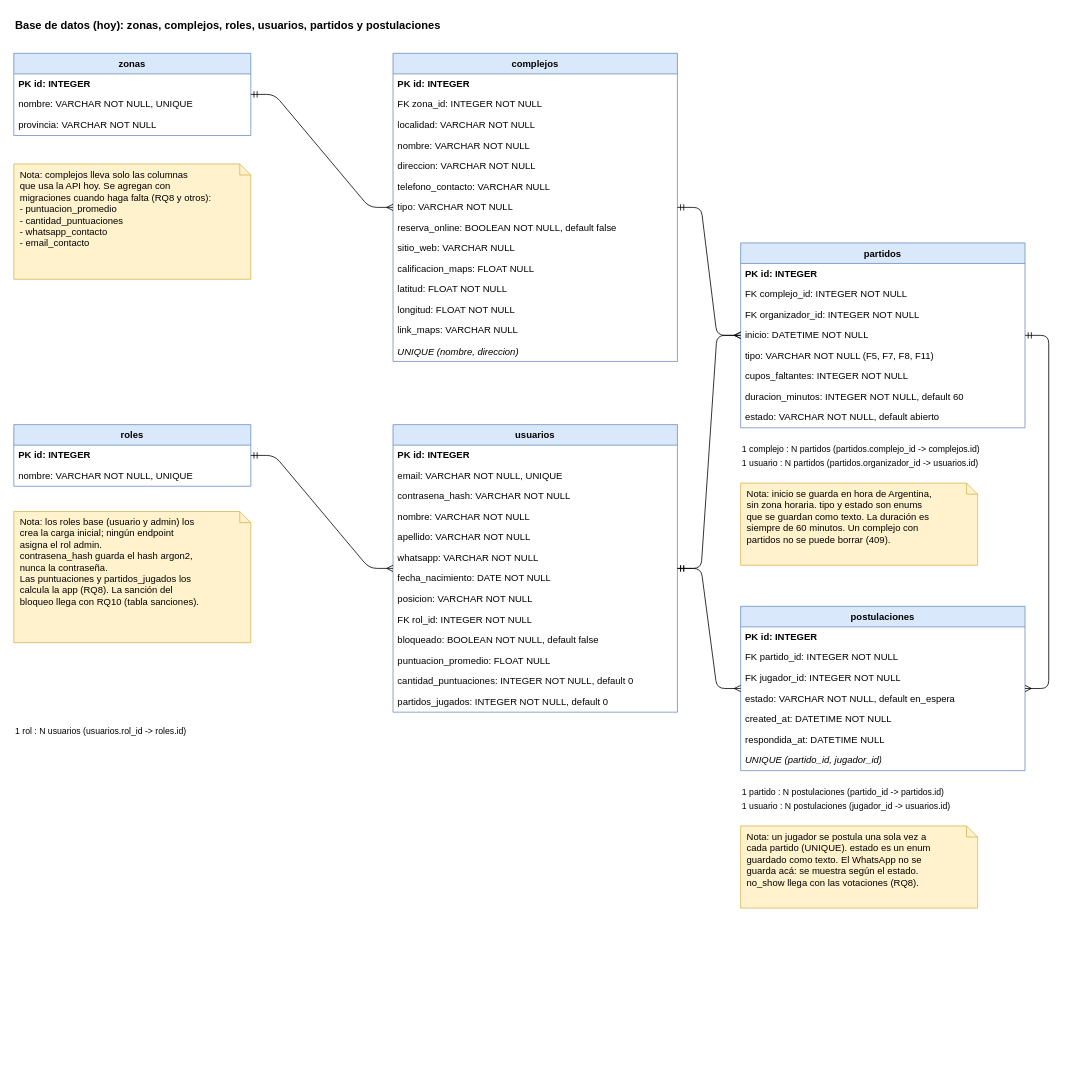
Earlier version of the draw.io diagram docs/diagramas/base-de-datos.drawio (nvranco/fulvo). Source tidied: cells renumbered, new cells numbered last; positions are measured from the earlier drawing's top-left corner, leaving out a move shared by most shapes. Both pictures are drawn from the tidied source at 79%, with x=0, y=0 at pixel (13, 13).
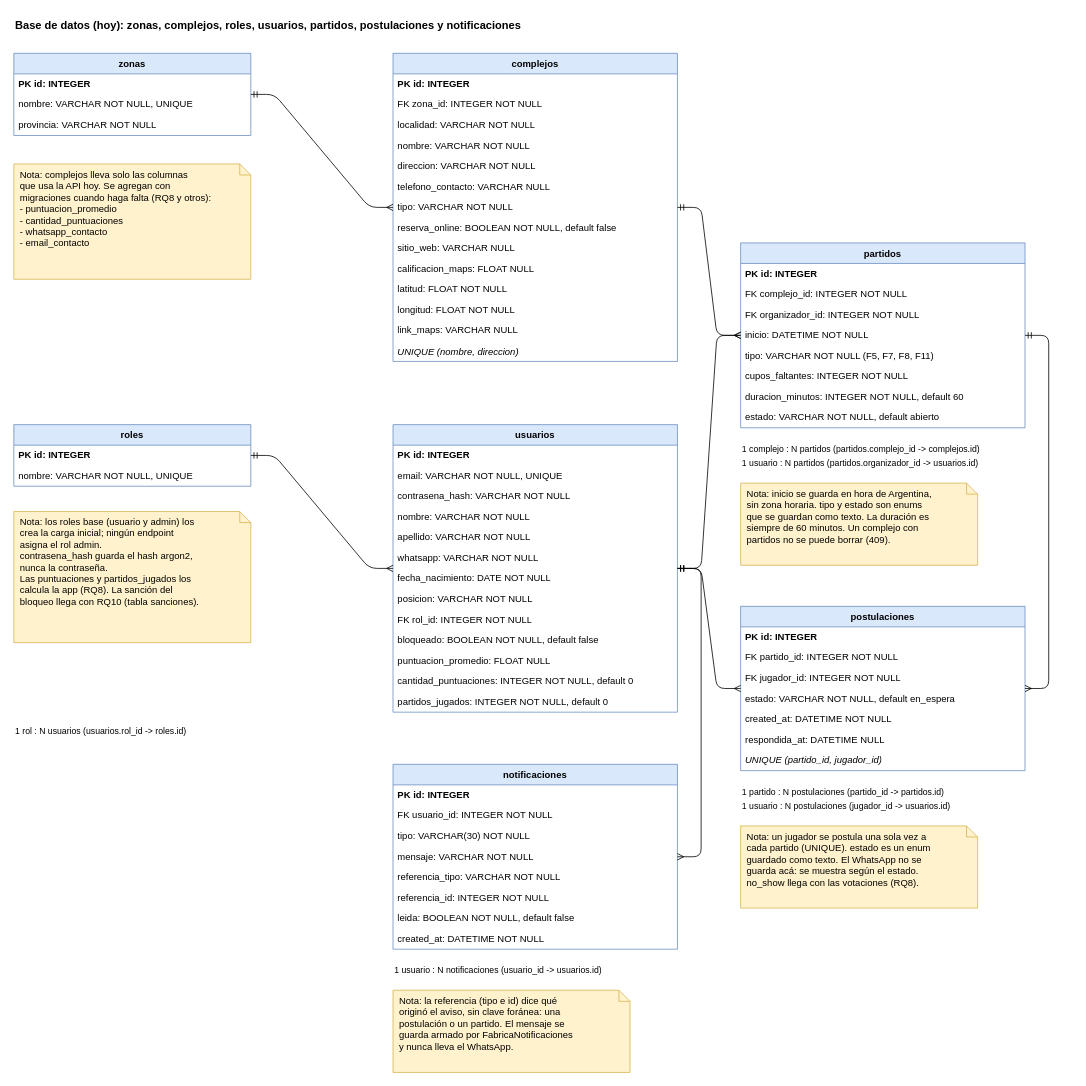
The same diagram, later.

Commit message (it also covers changes not shown here):
docs: documento las notificaciones y la separación de los patrones

The change refers to these unchanged cells:
```xml
<mxCell id="28" value="usuarios" style="swimlane;fontStyle=1;align=center;verticalAlign=top;horizontal=1;startSize=26;fillColor=#dae8fc;strokeColor=#6c8ebf;" parent="1" vertex="1">
  <mxGeometry x="480" y="520" width="360" height="364" as="geometry" />
</mxCell>
```

Diff of the diagram source:
```diff
@@
-    <mxCell id="22" value="Base de datos (hoy): zonas, complejos, roles, usuarios, partidos y postulaciones" style="text;html=1;align=left;fontStyle=1;fontSize=14;" parent="1" vertex="1">
+    <mxCell id="22" value="Base de datos (hoy): zonas, complejos, roles, usuarios, partidos, postulaciones y notificaciones" style="text;html=1;align=left;fontStyle=1;fontSize=14;" parent="1" vertex="1">
       <mxGeometry width="420" height="24" as="geometry" />
     </mxCell>
@@
+    <mxCell id="72" value="notificaciones" style="swimlane;fontStyle=1;align=center;verticalAlign=top;horizontal=1;startSize=26;fillColor=#dae8fc;strokeColor=#6c8ebf;" parent="1" vertex="1">
+      <mxGeometry x="480" y="950" width="360" height="234" as="geometry" />
+    </mxCell>
+    <mxCell id="73" value="PK  id: INTEGER" style="text;strokeColor=none;fillColor=none;align=left;verticalAlign=middle;spacingLeft=4;spacingRight=4;overflow=hidden;whiteSpace=wrap;fontStyle=1;" parent="72" vertex="1">
+      <mxGeometry y="26" width="360" height="26" as="geometry" />
+    </mxCell>
+    <mxCell id="74" value="FK  usuario_id: INTEGER  NOT NULL" style="text;strokeColor=none;fillColor=none;align=left;verticalAlign=middle;spacingLeft=4;spacingRight=4;overflow=hidden;whiteSpace=wrap;" parent="72" vertex="1">
+      <mxGeometry y="52" width="360" height="26" as="geometry" />
+    </mxCell>
+    <mxCell id="75" value="tipo: VARCHAR(30)  NOT NULL" style="text;strokeColor=none;fillColor=none;align=left;verticalAlign=middle;spacingLeft=4;spacingRight=4;overflow=hidden;whiteSpace=wrap;" parent="72" vertex="1">
+      <mxGeometry y="78" width="360" height="26" as="geometry" />
+    </mxCell>
+    <mxCell id="76" value="mensaje: VARCHAR  NOT NULL" style="text;strokeColor=none;fillColor=none;align=left;verticalAlign=middle;spacingLeft=4;spacingRight=4;overflow=hidden;whiteSpace=wrap;" parent="72" vertex="1">
+      <mxGeometry y="104" width="360" height="26" as="geometry" />
+    </mxCell>
+    <mxCell id="77" value="referencia_tipo: VARCHAR  NOT NULL" style="text;strokeColor=none;fillColor=none;align=left;verticalAlign=middle;spacingLeft=4;spacingRight=4;overflow=hidden;whiteSpace=wrap;" parent="72" vertex="1">
+      <mxGeometry y="130" width="360" height="26" as="geometry" />
+    </mxCell>
+    <mxCell id="78" value="referencia_id: INTEGER  NOT NULL" style="text;strokeColor=none;fillColor=none;align=left;verticalAlign=middle;spacingLeft=4;spacingRight=4;overflow=hidden;whiteSpace=wrap;" parent="72" vertex="1">
+      <mxGeometry y="156" width="360" height="26" as="geometry" />
+    </mxCell>
+    <mxCell id="79" value="leida: BOOLEAN  NOT NULL, default false" style="text;strokeColor=none;fillColor=none;align=left;verticalAlign=middle;spacingLeft=4;spacingRight=4;overflow=hidden;whiteSpace=wrap;" parent="72" vertex="1">
+      <mxGeometry y="182" width="360" height="26" as="geometry" />
+    </mxCell>
+    <mxCell id="80" value="created_at: DATETIME  NOT NULL" style="text;strokeColor=none;fillColor=none;align=left;verticalAlign=middle;spacingLeft=4;spacingRight=4;overflow=hidden;whiteSpace=wrap;" parent="72" vertex="1">
+      <mxGeometry y="208" width="360" height="26" as="geometry" />
+    </mxCell>
+    <mxCell id="81" style="edgeStyle=entityRelationEdgeStyle;endArrow=ERmany;startArrow=ERmandOne;endFill=0;startFill=0;" parent="1" edge="1" source="28" target="72">
+      <mxGeometry relative="1" as="geometry" />
+    </mxCell>
+    <mxCell id="82" value="1 usuario : N notificaciones (usuario_id -&gt; usuarios.id)" style="text;html=1;align=left;fontSize=11;" parent="1" vertex="1">
+      <mxGeometry x="480" y="1198" width="400" height="20" as="geometry" />
+    </mxCell>
+    <mxCell id="83" value="Nota: la referencia (tipo e id) dice qué&#10;originó el aviso, sin clave foránea: una&#10;postulación o un partido. El mensaje se&#10;guarda armado por FabricaNotificaciones&#10;y nunca lleva el WhatsApp." style="shape=note;whiteSpace=wrap;html=1;align=left;verticalAlign=top;spacingLeft=6;fillColor=#fff2cc;strokeColor=#d6b656;size=14;" parent="1" vertex="1">
+      <mxGeometry x="480" y="1236" width="300" height="104" as="geometry" />
+    </mxCell>
```
